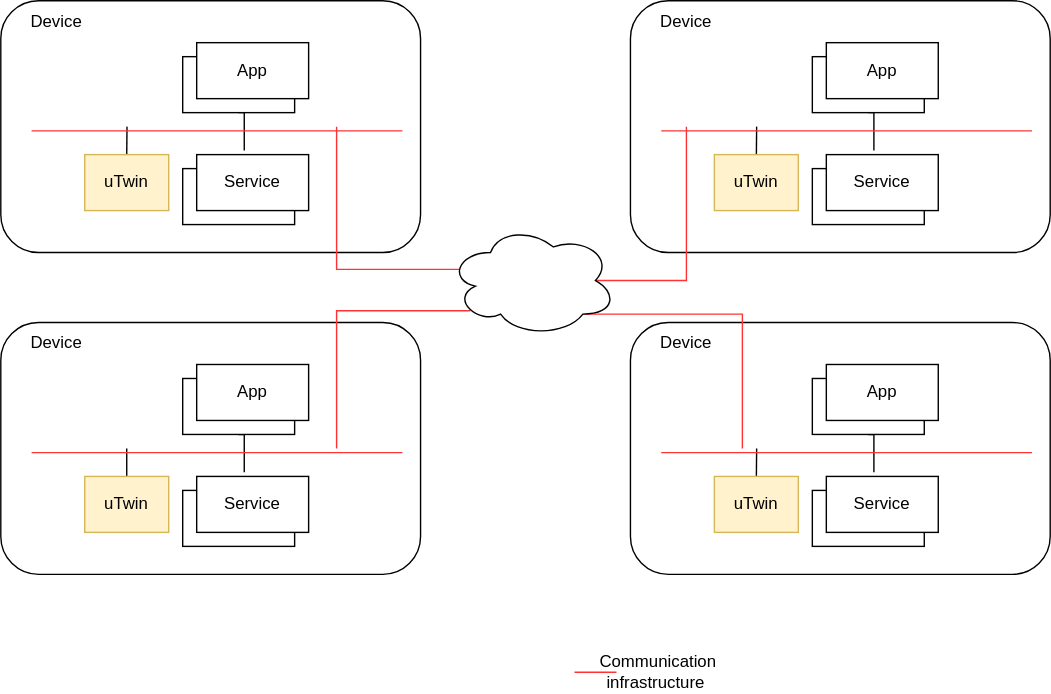
Before: up-l3/utwin/v1/utwin.drawio.svg, a diagram exported from draw.io (eclipse-uprotocol/up-spec). Source tidied: cells renumbered, new cells last; positions are measured from the earlier drawing's top-left corner, leaving out a move shared by most shapes.
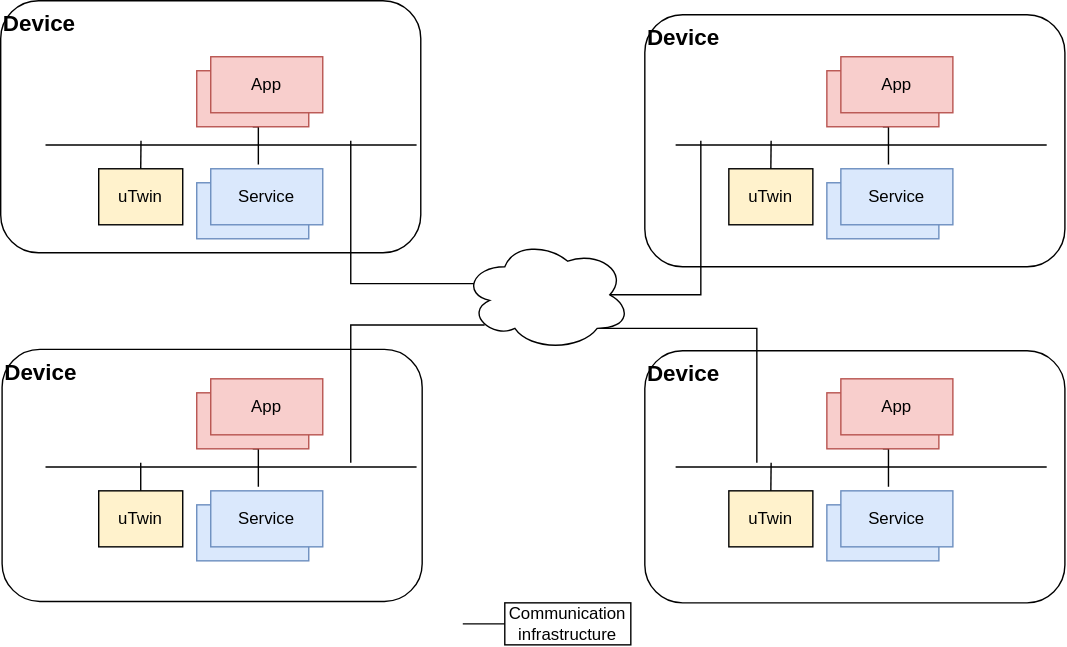
The same diagram one commit later.

The edit, as a diff of the source:
```diff
@@ -1,177 +1,165 @@
-<mxGraphModel>
+<mxGraphModel background="#ffffff">
   <root>
     <mxCell id="0" />
     <mxCell id="1" parent="0" />
-    <mxCell id="2" style="rounded=1;whiteSpace=wrap;html=1;" parent="1" vertex="1">
-      <mxGeometry width="300" height="180" as="geometry" />
-    </mxCell>
+    <mxCell id="49" value="&amp;nbsp; &amp;nbsp; &amp;nbsp; &amp;nbsp;&lt;font style=&quot;font-size: 16px;&quot;&gt;&lt;b&gt;Device&lt;/b&gt;&lt;/font&gt;" style="rounded=1;whiteSpace=wrap;html=1;strokeColor=#000000;fontColor=#000000;fillColor=#FFFFFF;verticalAlign=top;align=left;" parent="1" vertex="1">
+      <mxGeometry x="-9" y="239" width="300" height="180" as="geometry" />
+    </mxCell>
+    <mxCell id="50" value="&amp;nbsp; &amp;nbsp; &amp;nbsp; &amp;nbsp;&lt;font style=&quot;font-size: 16px;&quot;&gt;&lt;b&gt;Device&lt;/b&gt;&lt;/font&gt;" style="rounded=1;whiteSpace=wrap;html=1;strokeColor=#000000;fontColor=#000000;fillColor=#FFFFFF;verticalAlign=top;align=left;" parent="1" vertex="1">
+      <mxGeometry x="-10" y="-10" width="300" height="180" as="geometry" />
+    </mxCell>
+    <mxCell id="51" value="&amp;nbsp; &amp;nbsp; &amp;nbsp; &amp;nbsp;&lt;font style=&quot;font-size: 16px;&quot;&gt;&lt;b&gt;Device&lt;/b&gt;&lt;/font&gt;" style="rounded=1;whiteSpace=wrap;html=1;strokeColor=#000000;fontColor=#000000;fillColor=#FFFFFF;verticalAlign=top;align=left;" parent="1" vertex="1">
+      <mxGeometry x="450" y="240" width="300" height="180" as="geometry" />
+    </mxCell>
-    <mxCell id="3" style="edgeStyle=orthogonalEdgeStyle;rounded=0;jettySize=auto;html=1;exitX=0.5;exitY=1;exitDx=0;exitDy=0;entryX=0.425;entryY=-0.075;entryDx=0;entryDy=0;entryPerimeter=0;endArrow=none;endFill=0;" parent="1" edge="1" source="4" target="7">
+    <mxCell id="3" style="edgeStyle=orthogonalEdgeStyle;rounded=0;jettySize=auto;html=1;exitX=0.5;exitY=1;exitDx=0;exitDy=0;entryX=0.425;entryY=-0.075;entryDx=0;entryDy=0;entryPerimeter=0;endArrow=none;endFill=0;strokeColor=#000000;fontColor=#000000;" parent="1" edge="1" source="4" target="7">
       <mxGeometry relative="1" as="geometry" />
     </mxCell>
-    <mxCell id="4" value="Apps" style="rounded=0;whiteSpace=wrap;html=1;" parent="1" vertex="1">
+    <mxCell id="4" value="Apps" style="rounded=0;whiteSpace=wrap;html=1;strokeColor=#b85450;fillColor=#f8cecc;fontColor=#000000;" parent="1" vertex="1">
       <mxGeometry x="130" y="40" width="80" height="40" as="geometry" />
     </mxCell>
-    <mxCell id="5" value="App" style="rounded=0;whiteSpace=wrap;html=1;" parent="1" vertex="1">
+    <mxCell id="5" value="App" style="rounded=0;whiteSpace=wrap;html=1;strokeColor=#b85450;fillColor=#f8cecc;fontColor=#000000;" parent="1" vertex="1">
       <mxGeometry x="140" y="30" width="80" height="40" as="geometry" />
     </mxCell>
-    <mxCell id="6" value="Apps" style="rounded=0;whiteSpace=wrap;html=1;" parent="1" vertex="1">
+    <mxCell id="6" value="Apps" style="rounded=0;whiteSpace=wrap;html=1;strokeColor=#6c8ebf;fillColor=#dae8fc;fontColor=#000000;" parent="1" vertex="1">
       <mxGeometry x="130" y="120" width="80" height="40" as="geometry" />
     </mxCell>
-    <mxCell id="7" value="Service" style="rounded=0;whiteSpace=wrap;html=1;" parent="1" vertex="1">
+    <mxCell id="7" value="Service" style="rounded=0;whiteSpace=wrap;html=1;strokeColor=#6c8ebf;fillColor=#dae8fc;fontColor=#000000;" parent="1" vertex="1">
       <mxGeometry x="140" y="110" width="80" height="40" as="geometry" />
     </mxCell>
-    <mxCell id="8" style="edgeStyle=orthogonalEdgeStyle;rounded=0;jettySize=auto;html=1;exitX=0.5;exitY=0;exitDx=0;exitDy=0;strokeColor=#000000;endArrow=none;endFill=0;" parent="1" edge="1" source="9">
+    <mxCell id="8" style="edgeStyle=orthogonalEdgeStyle;rounded=0;jettySize=auto;html=1;exitX=0.5;exitY=0;exitDx=0;exitDy=0;strokeColor=#000000;endArrow=none;endFill=0;fontColor=#000000;" parent="1" edge="1" source="9">
       <mxGeometry relative="1" as="geometry">
         <mxPoint x="90.2" y="90" as="targetPoint" />
       </mxGeometry>
     </mxCell>
-    <mxCell id="9" value="uTwin" style="rounded=0;whiteSpace=wrap;html=1;fillColor=#fff2cc;strokeColor=#d6b656;" parent="1" vertex="1">
+    <mxCell id="9" value="uTwin" style="rounded=0;whiteSpace=wrap;html=1;fillColor=#fff2cc;strokeColor=#000000;fontColor=#000000;" parent="1" vertex="1">
       <mxGeometry x="60" y="110" width="60" height="40" as="geometry" />
     </mxCell>
-    <mxCell id="10" value="Device" style="text;html=1;strokeColor=none;fillColor=none;align=center;verticalAlign=middle;whiteSpace=wrap;rounded=0;" parent="1" vertex="1">
-      <mxGeometry x="10" width="60" height="30" as="geometry" />
-    </mxCell>
-    <mxCell id="11" style="endArrow=none;html=1;rounded=0;strokeColor=#FF3333;" parent="1" edge="1">
+    <mxCell id="11" style="endArrow=none;html=1;rounded=0;strokeColor=#000000;fontColor=#000000;" parent="1" edge="1">
       <mxGeometry relative="1" as="geometry">
         <mxPoint x="22" y="93" as="sourcePoint" />
         <mxPoint x="287" y="93" as="targetPoint" />
       </mxGeometry>
     </mxCell>
-    <mxCell id="12" style="rounded=1;whiteSpace=wrap;html=1;" parent="1" vertex="1">
+    <mxCell id="12" value="&amp;nbsp; &amp;nbsp; &amp;nbsp; &amp;nbsp;&lt;font style=&quot;font-size: 16px;&quot;&gt;&lt;b&gt;Device&lt;/b&gt;&lt;/font&gt;" style="rounded=1;whiteSpace=wrap;html=1;strokeColor=#000000;fontColor=#000000;fillColor=#FFFFFF;verticalAlign=top;align=left;" parent="1" vertex="1">
       <mxGeometry x="450" width="300" height="180" as="geometry" />
     </mxCell>
-    <mxCell id="13" style="edgeStyle=orthogonalEdgeStyle;rounded=0;jettySize=auto;html=1;exitX=0.5;exitY=1;exitDx=0;exitDy=0;entryX=0.425;entryY=-0.075;entryDx=0;entryDy=0;entryPerimeter=0;endArrow=none;endFill=0;" parent="1" edge="1" source="14" target="17">
+    <mxCell id="13" style="edgeStyle=orthogonalEdgeStyle;rounded=0;jettySize=auto;html=1;exitX=0.5;exitY=1;exitDx=0;exitDy=0;entryX=0.425;entryY=-0.075;entryDx=0;entryDy=0;entryPerimeter=0;endArrow=none;endFill=0;strokeColor=#000000;fontColor=#000000;" parent="1" edge="1" source="14" target="17">
       <mxGeometry relative="1" as="geometry" />
     </mxCell>
-    <mxCell id="14" value="Apps" style="rounded=0;whiteSpace=wrap;html=1;" parent="1" vertex="1">
+    <mxCell id="14" value="Apps" style="rounded=0;whiteSpace=wrap;html=1;strokeColor=#b85450;fillColor=#f8cecc;fontColor=#000000;" parent="1" vertex="1">
       <mxGeometry x="580" y="40" width="80" height="40" as="geometry" />
     </mxCell>
-    <mxCell id="15" value="App" style="rounded=0;whiteSpace=wrap;html=1;" parent="1" vertex="1">
+    <mxCell id="15" value="App" style="rounded=0;whiteSpace=wrap;html=1;strokeColor=#b85450;fillColor=#f8cecc;fontColor=#000000;" parent="1" vertex="1">
       <mxGeometry x="590" y="30" width="80" height="40" as="geometry" />
     </mxCell>
-    <mxCell id="16" value="Apps" style="rounded=0;whiteSpace=wrap;html=1;" parent="1" vertex="1">
+    <mxCell id="16" value="Apps" style="rounded=0;whiteSpace=wrap;html=1;strokeColor=#6c8ebf;fillColor=#dae8fc;fontColor=#000000;" parent="1" vertex="1">
       <mxGeometry x="580" y="120" width="80" height="40" as="geometry" />
     </mxCell>
-    <mxCell id="17" value="Service" style="rounded=0;whiteSpace=wrap;html=1;" parent="1" vertex="1">
+    <mxCell id="17" value="Service" style="rounded=0;whiteSpace=wrap;html=1;strokeColor=#6c8ebf;fillColor=#dae8fc;fontColor=#000000;" parent="1" vertex="1">
       <mxGeometry x="590" y="110" width="80" height="40" as="geometry" />
     </mxCell>
-    <mxCell id="18" style="edgeStyle=orthogonalEdgeStyle;rounded=0;jettySize=auto;html=1;exitX=0.5;exitY=0;exitDx=0;exitDy=0;strokeColor=#000000;endArrow=none;endFill=0;" parent="1" edge="1" source="19">
+    <mxCell id="18" style="edgeStyle=orthogonalEdgeStyle;rounded=0;jettySize=auto;html=1;exitX=0.5;exitY=0;exitDx=0;exitDy=0;strokeColor=#000000;endArrow=none;endFill=0;fontColor=#000000;" parent="1" edge="1" source="19">
       <mxGeometry relative="1" as="geometry">
         <mxPoint x="540.2" y="90" as="targetPoint" />
       </mxGeometry>
     </mxCell>
-    <mxCell id="19" value="uTwin" style="rounded=0;whiteSpace=wrap;html=1;fillColor=#fff2cc;strokeColor=#d6b656;" parent="1" vertex="1">
+    <mxCell id="19" value="uTwin" style="rounded=0;whiteSpace=wrap;html=1;fillColor=#fff2cc;strokeColor=#000000;fontColor=#000000;" parent="1" vertex="1">
       <mxGeometry x="510" y="110" width="60" height="40" as="geometry" />
     </mxCell>
-    <mxCell id="20" value="Device" style="text;html=1;strokeColor=none;fillColor=none;align=center;verticalAlign=middle;whiteSpace=wrap;rounded=0;" parent="1" vertex="1">
-      <mxGeometry x="460" width="60" height="30" as="geometry" />
-    </mxCell>
-    <mxCell id="21" style="endArrow=none;html=1;rounded=0;strokeColor=#FF3333;" parent="1" edge="1">
+    <mxCell id="21" style="endArrow=none;html=1;rounded=0;strokeColor=#000000;fontColor=#000000;" parent="1" edge="1">
       <mxGeometry relative="1" as="geometry">
         <mxPoint x="472" y="93" as="sourcePoint" />
         <mxPoint x="737" y="93" as="targetPoint" />
       </mxGeometry>
     </mxCell>
-    <mxCell id="22" style="rounded=1;whiteSpace=wrap;html=1;" parent="1" vertex="1">
-      <mxGeometry y="230" width="300" height="180" as="geometry" />
-    </mxCell>
-    <mxCell id="23" style="edgeStyle=orthogonalEdgeStyle;rounded=0;jettySize=auto;html=1;exitX=0.5;exitY=1;exitDx=0;exitDy=0;entryX=0.425;entryY=-0.075;entryDx=0;entryDy=0;entryPerimeter=0;endArrow=none;endFill=0;" parent="1" edge="1" source="24" target="27">
+    <mxCell id="23" style="edgeStyle=orthogonalEdgeStyle;rounded=0;jettySize=auto;html=1;exitX=0.5;exitY=1;exitDx=0;exitDy=0;entryX=0.425;entryY=-0.075;entryDx=0;entryDy=0;entryPerimeter=0;endArrow=none;endFill=0;strokeColor=#000000;fontColor=#000000;" parent="1" edge="1" source="24" target="27">
       <mxGeometry relative="1" as="geometry" />
     </mxCell>
-    <mxCell id="24" value="Apps" style="rounded=0;whiteSpace=wrap;html=1;" parent="1" vertex="1">
+    <mxCell id="24" value="Apps" style="rounded=0;whiteSpace=wrap;html=1;strokeColor=#b85450;fillColor=#f8cecc;fontColor=#000000;" parent="1" vertex="1">
       <mxGeometry x="130" y="270" width="80" height="40" as="geometry" />
     </mxCell>
-    <mxCell id="25" value="App" style="rounded=0;whiteSpace=wrap;html=1;" parent="1" vertex="1">
+    <mxCell id="25" value="App" style="rounded=0;whiteSpace=wrap;html=1;strokeColor=#b85450;fillColor=#f8cecc;fontColor=#000000;" parent="1" vertex="1">
       <mxGeometry x="140" y="260" width="80" height="40" as="geometry" />
     </mxCell>
-    <mxCell id="26" value="Apps" style="rounded=0;whiteSpace=wrap;html=1;" parent="1" vertex="1">
+    <mxCell id="26" value="Apps" style="rounded=0;whiteSpace=wrap;html=1;strokeColor=#6c8ebf;fillColor=#dae8fc;fontColor=#000000;" parent="1" vertex="1">
       <mxGeometry x="130" y="350" width="80" height="40" as="geometry" />
     </mxCell>
-    <mxCell id="27" value="Service" style="rounded=0;whiteSpace=wrap;html=1;" parent="1" vertex="1">
+    <mxCell id="27" value="Service" style="rounded=0;whiteSpace=wrap;html=1;strokeColor=#6c8ebf;fillColor=#dae8fc;fontColor=#000000;" parent="1" vertex="1">
       <mxGeometry x="140" y="340" width="80" height="40" as="geometry" />
     </mxCell>
-    <mxCell id="28" style="edgeStyle=orthogonalEdgeStyle;rounded=0;jettySize=auto;html=1;exitX=0.5;exitY=0;exitDx=0;exitDy=0;strokeColor=#000000;endArrow=none;endFill=0;" parent="1" edge="1" source="29">
+    <mxCell id="28" style="edgeStyle=orthogonalEdgeStyle;rounded=0;jettySize=auto;html=1;exitX=0.5;exitY=0;exitDx=0;exitDy=0;strokeColor=#000000;endArrow=none;endFill=0;fontColor=#000000;" parent="1" edge="1" source="29">
       <mxGeometry relative="1" as="geometry">
         <mxPoint x="90" y="320" as="targetPoint" />
       </mxGeometry>
     </mxCell>
-    <mxCell id="29" value="uTwin" style="rounded=0;whiteSpace=wrap;html=1;fillColor=#fff2cc;strokeColor=#d6b656;" parent="1" vertex="1">
+    <mxCell id="29" value="uTwin" style="rounded=0;whiteSpace=wrap;html=1;fillColor=#fff2cc;strokeColor=#000000;fontColor=#000000;" parent="1" vertex="1">
       <mxGeometry x="60" y="340" width="60" height="40" as="geometry" />
     </mxCell>
-    <mxCell id="30" value="Device" style="text;html=1;strokeColor=none;fillColor=none;align=center;verticalAlign=middle;whiteSpace=wrap;rounded=0;" parent="1" vertex="1">
-      <mxGeometry x="10" y="230" width="60" height="30" as="geometry" />
-    </mxCell>
-    <mxCell id="31" style="endArrow=none;html=1;rounded=0;strokeColor=#FF3333;" parent="1" edge="1">
+    <mxCell id="31" style="endArrow=none;html=1;rounded=0;strokeColor=#000000;fontColor=#000000;" parent="1" edge="1">
       <mxGeometry relative="1" as="geometry">
         <mxPoint x="22" y="323" as="sourcePoint" />
         <mxPoint x="287" y="323" as="targetPoint" />
       </mxGeometry>
     </mxCell>
-    <mxCell id="32" style="rounded=1;whiteSpace=wrap;html=1;" parent="1" vertex="1">
-      <mxGeometry x="450" y="230" width="300" height="180" as="geometry" />
-    </mxCell>
-    <mxCell id="33" style="edgeStyle=orthogonalEdgeStyle;rounded=0;jettySize=auto;html=1;exitX=0.5;exitY=1;exitDx=0;exitDy=0;entryX=0.425;entryY=-0.075;entryDx=0;entryDy=0;entryPerimeter=0;endArrow=none;endFill=0;" parent="1" edge="1" source="34" target="37">
+    <mxCell id="33" style="edgeStyle=orthogonalEdgeStyle;rounded=0;jettySize=auto;html=1;exitX=0.5;exitY=1;exitDx=0;exitDy=0;entryX=0.425;entryY=-0.075;entryDx=0;entryDy=0;entryPerimeter=0;endArrow=none;endFill=0;strokeColor=#000000;fontColor=#000000;" parent="1" edge="1" source="34" target="37">
       <mxGeometry relative="1" as="geometry" />
     </mxCell>
-    <mxCell id="34" value="Apps" style="rounded=0;whiteSpace=wrap;html=1;" parent="1" vertex="1">
+    <mxCell id="34" value="Apps" style="rounded=0;whiteSpace=wrap;html=1;strokeColor=#b85450;fillColor=#f8cecc;fontColor=#000000;" parent="1" vertex="1">
       <mxGeometry x="580" y="270" width="80" height="40" as="geometry" />
     </mxCell>
-    <mxCell id="35" value="App" style="rounded=0;whiteSpace=wrap;html=1;" parent="1" vertex="1">
+    <mxCell id="35" value="App" style="rounded=0;whiteSpace=wrap;html=1;strokeColor=#b85450;fillColor=#f8cecc;fontColor=#000000;" parent="1" vertex="1">
       <mxGeometry x="590" y="260" width="80" height="40" as="geometry" />
     </mxCell>
-    <mxCell id="36" value="Apps" style="rounded=0;whiteSpace=wrap;html=1;" parent="1" vertex="1">
+    <mxCell id="36" value="Apps" style="rounded=0;whiteSpace=wrap;html=1;strokeColor=#6c8ebf;fillColor=#dae8fc;fontColor=#000000;" parent="1" vertex="1">
       <mxGeometry x="580" y="350" width="80" height="40" as="geometry" />
     </mxCell>
-    <mxCell id="37" value="Service" style="rounded=0;whiteSpace=wrap;html=1;" parent="1" vertex="1">
+    <mxCell id="37" value="Service" style="rounded=0;whiteSpace=wrap;html=1;strokeColor=#6c8ebf;fillColor=#dae8fc;fontColor=#000000;" parent="1" vertex="1">
       <mxGeometry x="590" y="340" width="80" height="40" as="geometry" />
     </mxCell>
-    <mxCell id="38" style="edgeStyle=orthogonalEdgeStyle;rounded=0;jettySize=auto;html=1;exitX=0.5;exitY=0;exitDx=0;exitDy=0;strokeColor=#000000;endArrow=none;endFill=0;" parent="1" edge="1" source="39">
+    <mxCell id="38" style="edgeStyle=orthogonalEdgeStyle;rounded=0;jettySize=auto;html=1;exitX=0.5;exitY=0;exitDx=0;exitDy=0;strokeColor=#000000;endArrow=none;endFill=0;fontColor=#000000;" parent="1" edge="1" source="39">
       <mxGeometry relative="1" as="geometry">
         <mxPoint x="540.2" y="320" as="targetPoint" />
       </mxGeometry>
     </mxCell>
-    <mxCell id="39" value="uTwin" style="rounded=0;whiteSpace=wrap;html=1;fillColor=#fff2cc;strokeColor=#d6b656;" parent="1" vertex="1">
+    <mxCell id="39" value="uTwin" style="rounded=0;whiteSpace=wrap;html=1;fillColor=#fff2cc;strokeColor=#000000;fontColor=#000000;" parent="1" vertex="1">
       <mxGeometry x="510" y="340" width="60" height="40" as="geometry" />
     </mxCell>
-    <mxCell id="40" value="Device" style="text;html=1;strokeColor=none;fillColor=none;align=center;verticalAlign=middle;whiteSpace=wrap;rounded=0;" parent="1" vertex="1">
-      <mxGeometry x="460" y="230" width="60" height="30" as="geometry" />
-    </mxCell>
-    <mxCell id="41" style="endArrow=none;html=1;rounded=0;strokeColor=#FF3333;" parent="1" edge="1">
+    <mxCell id="41" style="endArrow=none;html=1;rounded=0;strokeColor=#000000;fontColor=#000000;" parent="1" edge="1">
       <mxGeometry relative="1" as="geometry">
         <mxPoint x="472" y="323" as="sourcePoint" />
         <mxPoint x="737" y="323" as="targetPoint" />
       </mxGeometry>
     </mxCell>
-    <mxCell id="42" style="edgeStyle=orthogonalEdgeStyle;rounded=0;jettySize=auto;html=1;exitX=0.07;exitY=0.4;exitDx=0;exitDy=0;exitPerimeter=0;endArrow=none;endFill=0;strokeColor=#FF3333;" parent="1" edge="1" source="46">
+    <mxCell id="42" style="edgeStyle=orthogonalEdgeStyle;rounded=0;jettySize=auto;html=1;exitX=0.07;exitY=0.4;exitDx=0;exitDy=0;exitPerimeter=0;endArrow=none;endFill=0;strokeColor=#000000;fontColor=#000000;" parent="1" edge="1" source="46">
       <mxGeometry relative="1" as="geometry">
         <mxPoint x="240" y="90" as="targetPoint" />
       </mxGeometry>
     </mxCell>
-    <mxCell id="43" style="edgeStyle=orthogonalEdgeStyle;rounded=0;jettySize=auto;html=1;exitX=0.13;exitY=0.77;exitDx=0;exitDy=0;exitPerimeter=0;endArrow=none;endFill=0;strokeColor=#FF3333;" parent="1" edge="1" source="46">
+    <mxCell id="43" style="edgeStyle=orthogonalEdgeStyle;rounded=0;jettySize=auto;html=1;exitX=0.13;exitY=0.77;exitDx=0;exitDy=0;exitPerimeter=0;endArrow=none;endFill=0;strokeColor=#000000;fontColor=#000000;" parent="1" edge="1" source="46">
       <mxGeometry relative="1" as="geometry">
         <mxPoint x="240" y="320" as="targetPoint" />
       </mxGeometry>
     </mxCell>
-    <mxCell id="44" style="edgeStyle=orthogonalEdgeStyle;rounded=0;jettySize=auto;html=1;exitX=0.8;exitY=0.8;exitDx=0;exitDy=0;exitPerimeter=0;endArrow=none;endFill=0;strokeColor=#FF3333;" parent="1" edge="1" source="46">
+    <mxCell id="44" style="edgeStyle=orthogonalEdgeStyle;rounded=0;jettySize=auto;html=1;exitX=0.8;exitY=0.8;exitDx=0;exitDy=0;exitPerimeter=0;endArrow=none;endFill=0;strokeColor=#000000;fontColor=#000000;" parent="1" edge="1" source="46">
       <mxGeometry relative="1" as="geometry">
         <mxPoint x="530" y="320" as="targetPoint" />
       </mxGeometry>
     </mxCell>
-    <mxCell id="45" style="edgeStyle=orthogonalEdgeStyle;rounded=0;jettySize=auto;html=1;exitX=0.875;exitY=0.5;exitDx=0;exitDy=0;exitPerimeter=0;endArrow=none;endFill=0;strokeColor=#FF3333;" parent="1" edge="1" source="46">
+    <mxCell id="45" style="edgeStyle=orthogonalEdgeStyle;rounded=0;jettySize=auto;html=1;exitX=0.875;exitY=0.5;exitDx=0;exitDy=0;exitPerimeter=0;endArrow=none;endFill=0;strokeColor=#000000;fontColor=#000000;" parent="1" edge="1" source="46">
       <mxGeometry relative="1" as="geometry">
         <mxPoint x="490" y="90" as="targetPoint" />
       </mxGeometry>
     </mxCell>
-    <mxCell id="46" style="ellipse;shape=cloud;whiteSpace=wrap;html=1;" parent="1" vertex="1">
+    <mxCell id="46" style="ellipse;shape=cloud;whiteSpace=wrap;html=1;strokeColor=#000000;fontColor=#000000;fillColor=#FFFFFF;" parent="1" vertex="1">
       <mxGeometry x="320" y="160" width="120" height="80" as="geometry" />
     </mxCell>
-    <mxCell id="47" style="endArrow=none;html=1;rounded=0;strokeColor=#FF3333;" parent="1" edge="1" target="48">
+    <mxCell id="47" style="endArrow=none;html=1;rounded=0;strokeColor=#000000;fontColor=#000000;" parent="1" edge="1" target="48">
       <mxGeometry relative="1" as="geometry">
-        <mxPoint x="410" y="480" as="sourcePoint" />
+        <mxPoint x="320" y="435" as="sourcePoint" />
       </mxGeometry>
     </mxCell>
-    <mxCell id="48" value="Communication infrastructure&amp;nbsp;" style="text;html=1;strokeColor=none;fillColor=none;align=center;verticalAlign=middle;whiteSpace=wrap;rounded=0;" parent="1" vertex="1">
-      <mxGeometry x="440" y="465" width="60" height="30" as="geometry" />
+    <mxCell id="48" value="Communication infrastructure&amp;nbsp;" style="text;html=1;strokeColor=#000000;fillColor=none;align=center;verticalAlign=middle;whiteSpace=wrap;rounded=0;fontColor=#000000;" parent="1" vertex="1">
+      <mxGeometry x="350" y="420" width="90" height="30" as="geometry" />
     </mxCell>
   </root>
 </mxGraphModel>
```
